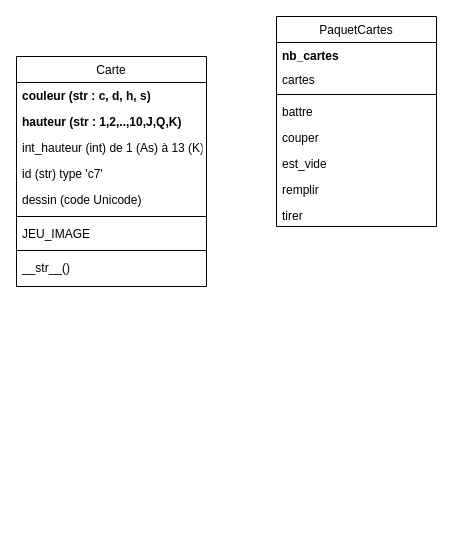
The draw.io diagram digramme_classes_V1.drawio in gaspth64/pharaon, before the edit. Source tidied: cells renumbered, new cells numbered last; positions are measured from the earlier drawing's top-left corner, leaving out a move shared by most shapes. Both pictures are drawn from the tidied source at 100%, with x=0, y=0 at pixel (16, 16).
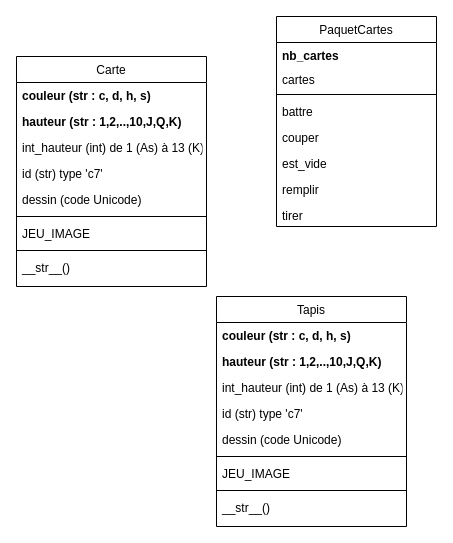
After the change.

Commit message:
Mettre à jour digramme_classes_V1.drawio

Change to the diagram source:
```diff
@@
+    <mxCell id="21" value="Tapis" style="swimlane;fontStyle=0;align=center;verticalAlign=top;horizontal=1;startSize=26;rounded=0;shadow=0;strokeWidth=1;" parent="1" vertex="1">
+      <mxGeometry x="200" y="280" width="190" height="230" as="geometry" />
+    </mxCell>
+    <mxCell id="22" value="couleur (str : c, d, h, s)" style="text;align=left;verticalAlign=top;spacingLeft=4;spacingRight=4;overflow=hidden;fontStyle=1;" parent="21" vertex="1">
+      <mxGeometry y="26" width="190" height="26" as="geometry" />
+    </mxCell>
+    <mxCell id="23" value="hauteur (str : 1,2,..,10,J,Q,K)" style="text;align=left;verticalAlign=top;spacingLeft=4;spacingRight=4;overflow=hidden;fontStyle=1;" parent="21" vertex="1">
+      <mxGeometry y="52" width="190" height="26" as="geometry" />
+    </mxCell>
+    <mxCell id="24" value="int_hauteur (int) de 1 (As) à 13 (K)" style="text;align=left;verticalAlign=top;spacingLeft=4;spacingRight=4;overflow=hidden;" parent="21" vertex="1">
+      <mxGeometry y="78" width="190" height="26" as="geometry" />
+    </mxCell>
+    <mxCell id="25" value="id (str) type 'c7'" style="text;align=left;verticalAlign=top;spacingLeft=4;spacingRight=4;overflow=hidden;" parent="21" vertex="1">
+      <mxGeometry y="104" width="190" height="26" as="geometry" />
+    </mxCell>
+    <mxCell id="26" value="dessin (code Unicode)" style="text;align=left;verticalAlign=top;spacingLeft=4;spacingRight=4;overflow=hidden;" parent="21" vertex="1">
+      <mxGeometry y="130" width="190" height="26" as="geometry" />
+    </mxCell>
+    <mxCell id="27" style="line;html=1;strokeWidth=1;align=left;verticalAlign=middle;spacingTop=-1;spacingLeft=3;spacingRight=3;labelPosition=right;" parent="21" vertex="1">
+      <mxGeometry y="156" width="190" height="8" as="geometry" />
+    </mxCell>
+    <mxCell id="28" value="JEU_IMAGE" style="text;align=left;verticalAlign=top;spacingLeft=4;spacingRight=4;overflow=hidden;" parent="21" vertex="1">
+      <mxGeometry y="164" width="190" height="26" as="geometry" />
+    </mxCell>
+    <mxCell id="29" style="line;html=1;strokeWidth=1;align=left;verticalAlign=middle;spacingTop=-1;spacingLeft=3;spacingRight=3;labelPosition=right;" parent="21" vertex="1">
+      <mxGeometry y="190" width="190" height="8" as="geometry" />
+    </mxCell>
+    <mxCell id="30" value="__str__()" style="text;align=left;verticalAlign=top;spacingLeft=4;spacingRight=4;overflow=hidden;" parent="21" vertex="1">
+      <mxGeometry y="198" width="190" height="26" as="geometry" />
+    </mxCell>
```
